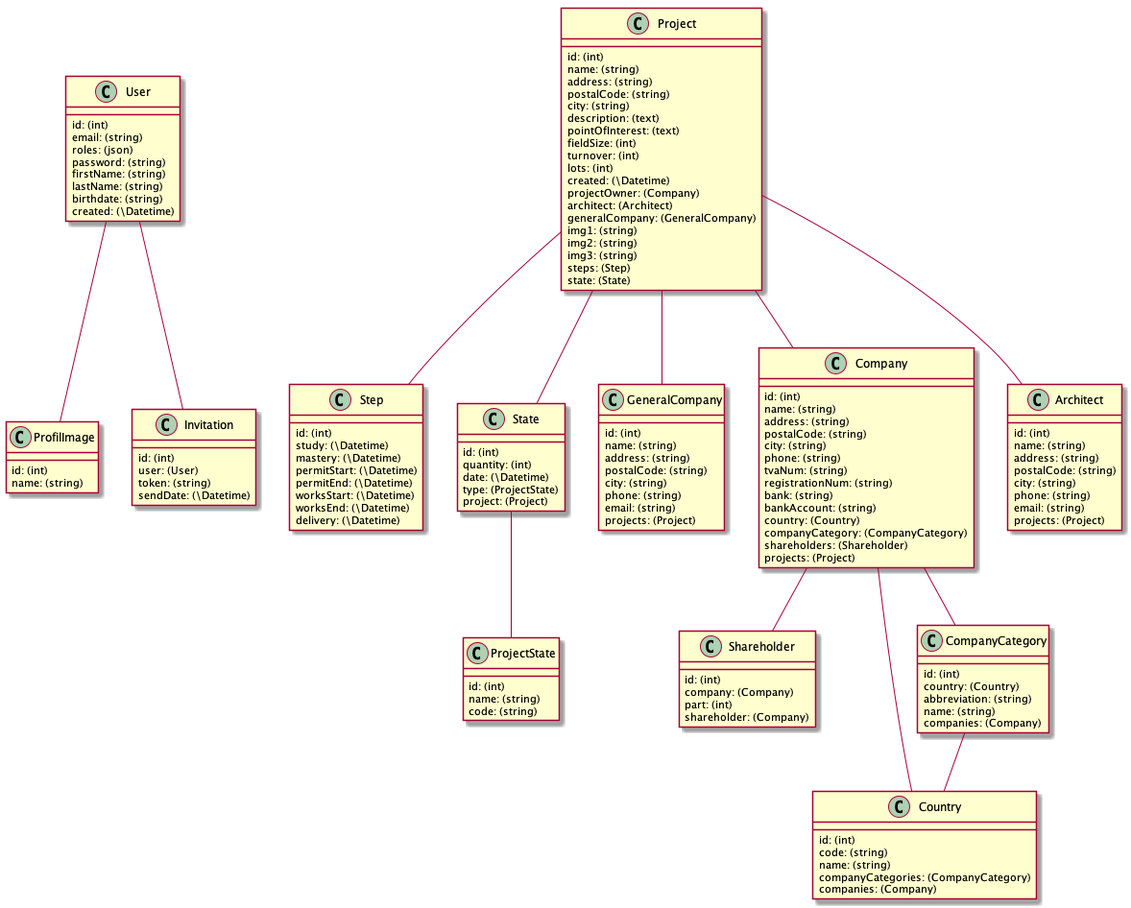
Before: doc/diagrams/database.png, a diagram exported from PlantUML (Eddaoust/tfe-devlop-eat).
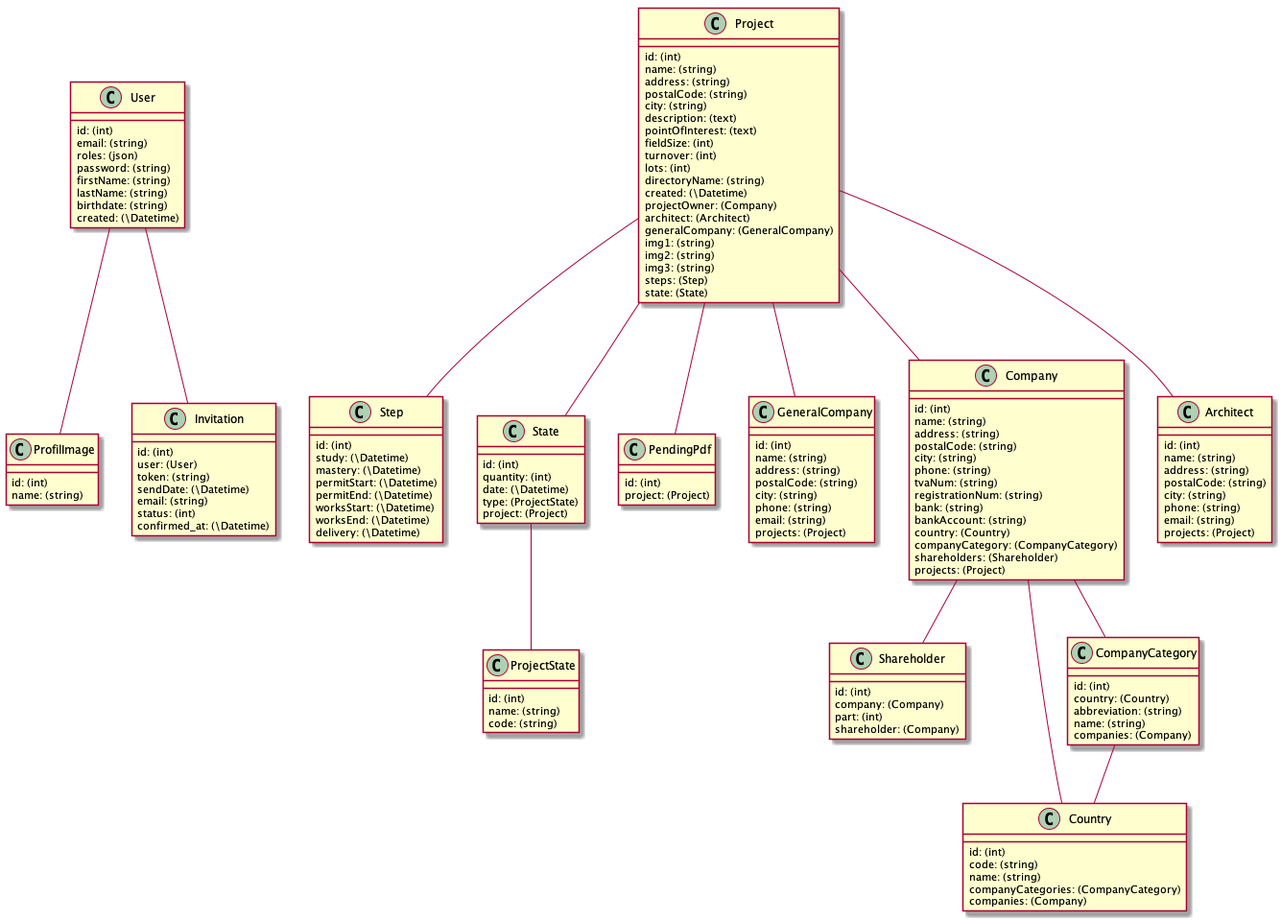
Later version of the same file.

Change to the diagram source:
```diff
@@ -54,6 +54,7 @@
     fieldSize: (int)
     turnover: (int)
     lots: (int)
+    directoryName: (string)
     created: (\Datetime)
     projectOwner: (Company)
     architect: (Architect)
@@ -75,6 +76,14 @@
     user: (User)
     token: (string)
     sendDate: (\Datetime)
+    email: (string)
+    status: (int)
+    confirmed_at: (\Datetime)
+}
+
+class PendingPdf {
+    id: (int)
+    project: (Project)
 }
 
 class GeneralCompany {
@@ -144,5 +153,6 @@
 Project -- State
 State -- ProjectState
 Company -- Shareholder
+Project -- PendingPdf
 
 @enduml
```
